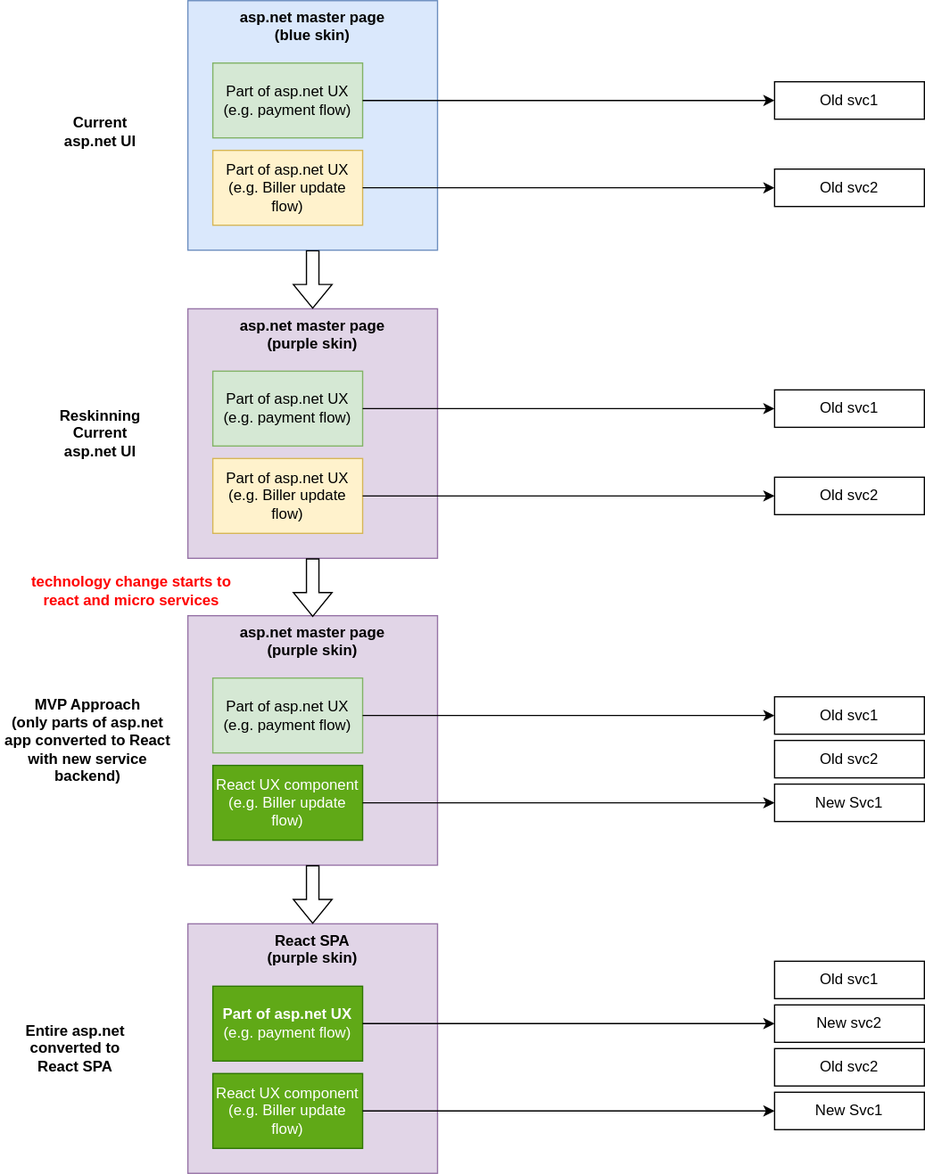
The draw.io diagram microservices/reactreskinning.svg in vjavle/invoicecloud, before a commit. Source tidied: cells renumbered, new cells last; positions are measured from the earlier drawing's top-left corner, leaving out a move shared by most shapes.
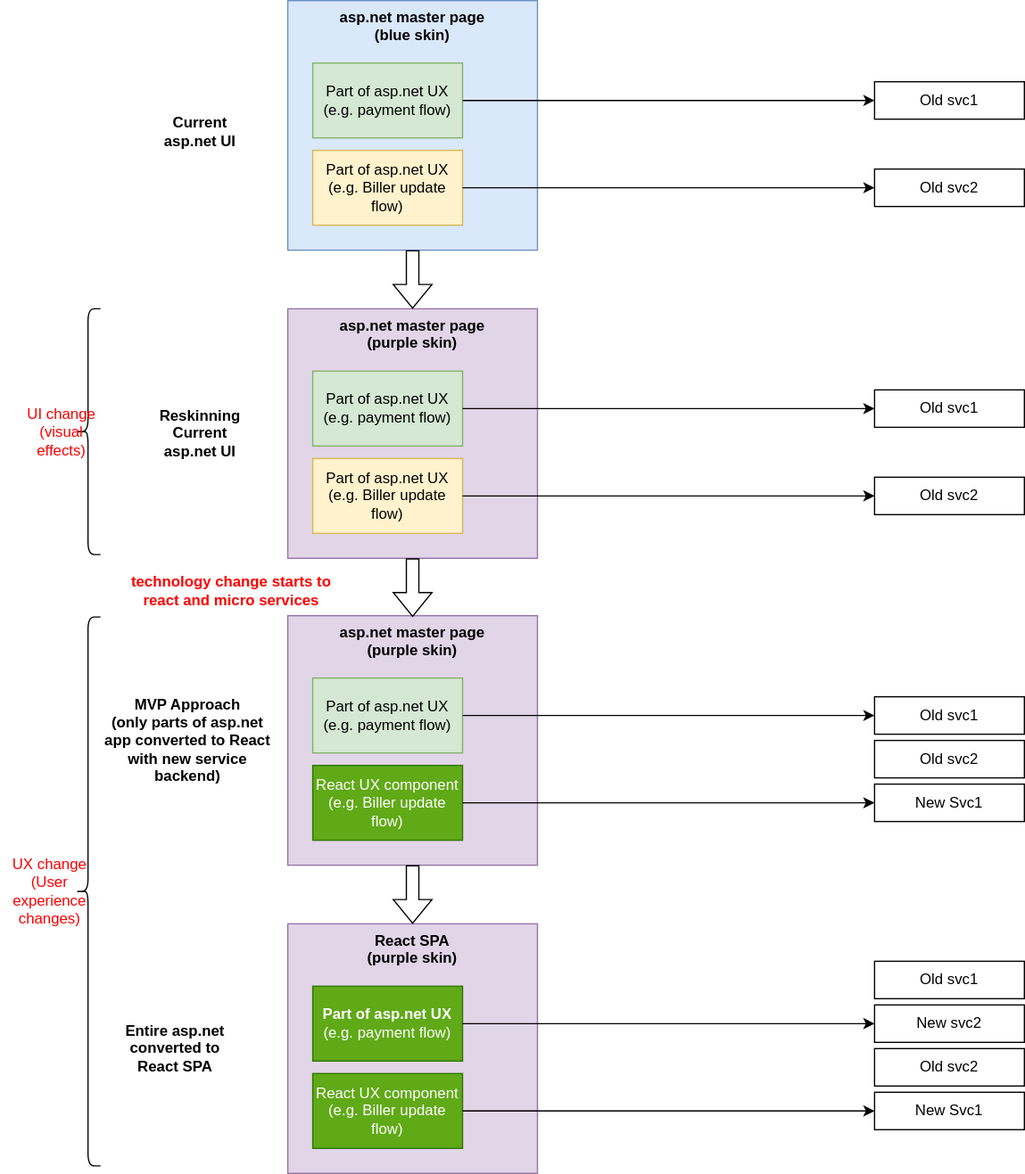
The same file after the commit.

Diff of the diagram source:
```diff
@@ -139,5 +139,11 @@
         <mxPoint x="250" y="740" as="targetPoint" />
       </mxGeometry>
     </mxCell>
+    <mxCell id="45" value="UI change (visual effects)" style="shape=curlyBracket;whiteSpace=wrap;html=1;rounded=1;fontColor=#FF0000;spacingLeft=-42;" parent="1" vertex="1">
+      <mxGeometry x="-20" y="247" width="20" height="197" as="geometry" />
+    </mxCell>
+    <mxCell id="46" value="&lt;span&gt;UX change (User experience changes)&lt;/span&gt;" style="shape=curlyBracket;whiteSpace=wrap;html=1;rounded=1;fontColor=#FF0000;spacingLeft=-61;" parent="1" vertex="1">
+      <mxGeometry x="-20" y="494" width="20" height="440" as="geometry" />
+    </mxCell>
   </root>
 </mxGraphModel>
```
